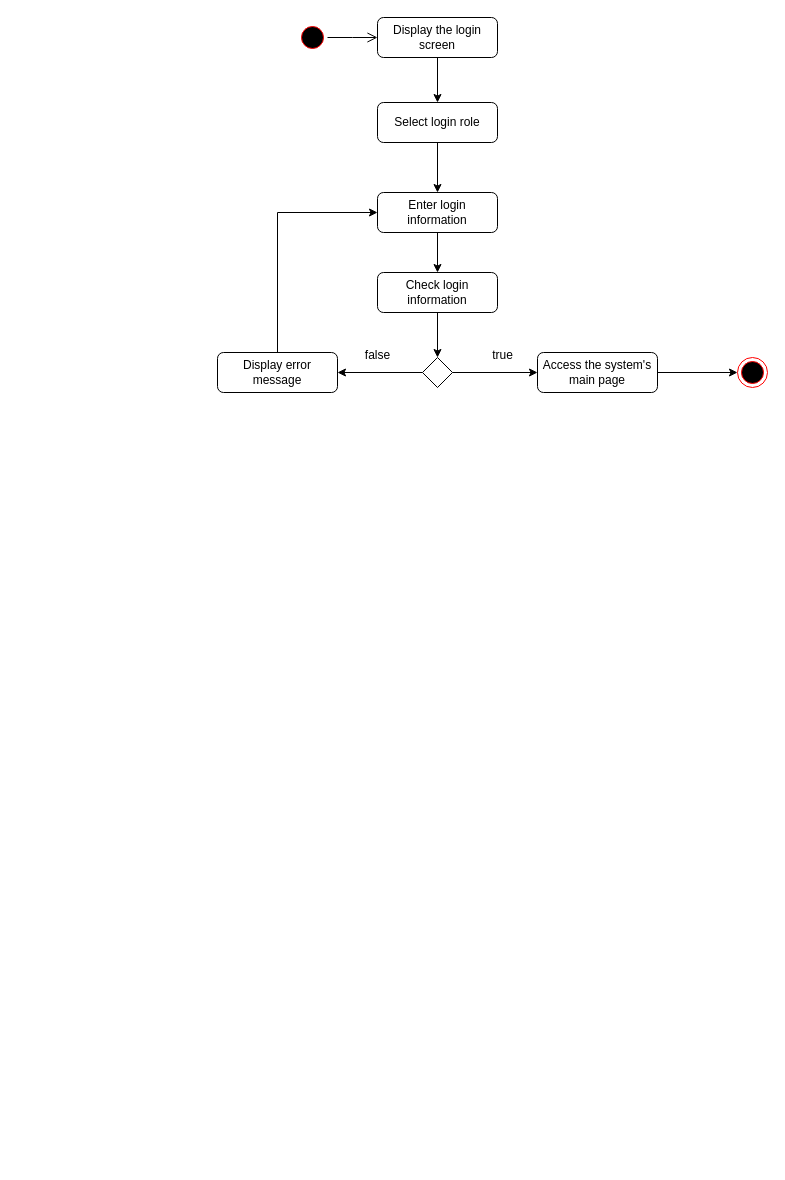
Above: page "Login" (1 of 3) of System Design diagram/ActivityDiagram.drawio in HungBuii/creative_ideas_project_1 (draw.io), before the change. Source tidied: cells renumbered, new cells numbered last; positions are measured from the earlier drawing's top-left corner, leaving out a move shared by most shapes. Both pictures are drawn from the tidied source at 100%, with x=0, y=0 at pixel (217, 17).
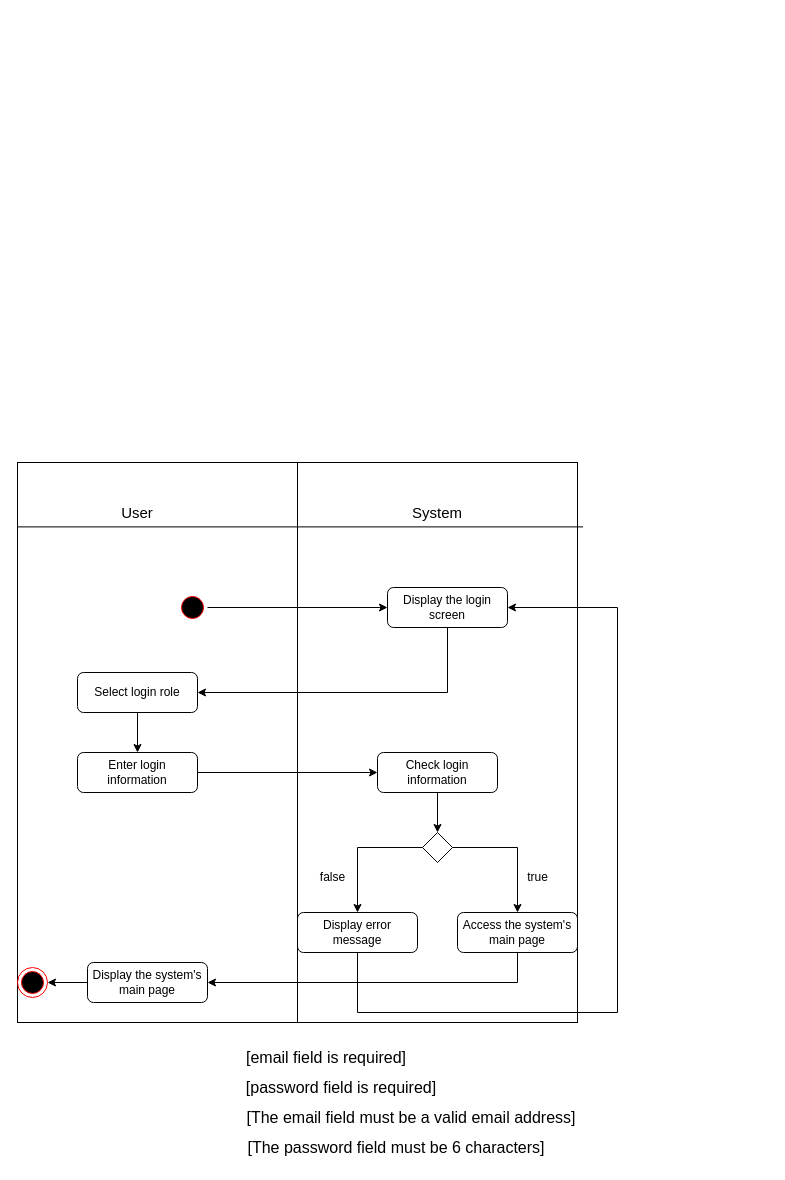
The same diagram, later.

The edit, as a diff of the source:
```diff
@@
+    <mxCell id="22" style="rounded=0;whiteSpace=wrap;html=1;" parent="1" vertex="1">
+      <mxGeometry x="-200" y="445" width="560" height="560" as="geometry" />
+    </mxCell>
     <mxCell id="2" style="ellipse;html=1;shape=startState;fillColor=#000000;strokeColor=#ff0000;" parent="1" vertex="1">
-      <mxGeometry x="80" y="5" width="30" height="30" as="geometry" />
+      <mxGeometry x="-40" y="575" width="30" height="30" as="geometry" />
     </mxCell>
-    <mxCell id="3" style="edgeStyle=orthogonalEdgeStyle;html=1;verticalAlign=bottom;endArrow=open;endSize=8;strokeColor=#000000;rounded=0;" parent="1" edge="1" source="2">
-      <mxGeometry relative="1" as="geometry">
-        <mxPoint x="160" y="20" as="targetPoint" />
-      </mxGeometry>
-    </mxCell>
     <mxCell id="4" value="Display the login screen" style="rounded=1;whiteSpace=wrap;html=1;" parent="1" vertex="1">
-      <mxGeometry x="160" width="120" height="40" as="geometry" />
+      <mxGeometry x="170" y="570" width="120" height="40" as="geometry" />
     </mxCell>
     <mxCell id="5" value="Select login role" style="rounded=1;whiteSpace=wrap;html=1;" parent="1" vertex="1">
-      <mxGeometry x="160" y="85" width="120" height="40" as="geometry" />
+      <mxGeometry x="-140" y="655" width="120" height="40" as="geometry" />
     </mxCell>
-    <mxCell id="6" style="endArrow=classic;html=1;rounded=0;exitX=0.5;exitY=1;exitDx=0;exitDy=0;entryX=0.5;entryY=0;entryDx=0;entryDy=0;" parent="1" edge="1" source="4" target="5">
-      <mxGeometry relative="1" as="geometry" />
+    <mxCell id="6" style="endArrow=classic;html=1;rounded=0;exitX=0.5;exitY=1;exitDx=0;exitDy=0;entryX=1;entryY=0.5;entryDx=0;entryDy=0;" parent="1" edge="1" source="4" target="5">
+      <mxGeometry relative="1" as="geometry">
+        <Array as="points">
+          <mxPoint x="230" y="675" />
+        </Array>
+      </mxGeometry>
     </mxCell>
     <mxCell id="7" value="Enter login information" style="rounded=1;whiteSpace=wrap;html=1;" parent="1" vertex="1">
-      <mxGeometry x="160" y="175" width="120" height="40" as="geometry" />
+      <mxGeometry x="-140" y="735" width="120" height="40" as="geometry" />
     </mxCell>
@@
     <mxCell id="9" style="rhombus;whiteSpace=wrap;html=1;" parent="1" vertex="1">
-      <mxGeometry x="205" y="340" width="30" height="30" as="geometry" />
+      <mxGeometry x="205" y="815" width="30" height="30" as="geometry" />
     </mxCell>
-    <mxCell id="10" style="endArrow=classic;html=1;rounded=0;exitX=0.5;exitY=1;exitDx=0;exitDy=0;entryX=0.5;entryY=0;entryDx=0;entryDy=0;" parent="1" edge="1" source="7" target="13">
+    <mxCell id="10" style="endArrow=classic;html=1;rounded=0;exitX=1;exitY=0.5;exitDx=0;exitDy=0;entryX=0;entryY=0.5;entryDx=0;entryDy=0;" parent="1" edge="1" source="7" target="13">
       <mxGeometry relative="1" as="geometry" />
     </mxCell>
     <mxCell id="11" value="Display error message" style="rounded=1;whiteSpace=wrap;html=1;" parent="1" vertex="1">
-      <mxGeometry y="335" width="120" height="40" as="geometry" />
+      <mxGeometry x="80" y="895" width="120" height="40" as="geometry" />
     </mxCell>
-    <mxCell id="12" style="endArrow=classic;html=1;rounded=0;exitX=0;exitY=0.5;exitDx=0;exitDy=0;entryX=1;entryY=0.5;entryDx=0;entryDy=0;" parent="1" edge="1" source="9" target="11">
-      <mxGeometry relative="1" as="geometry" />
-    </mxCell>
     <mxCell id="13" value="Check login information" style="rounded=1;whiteSpace=wrap;html=1;" parent="1" vertex="1">
-      <mxGeometry x="160" y="255" width="120" height="40" as="geometry" />
+      <mxGeometry x="160" y="735" width="120" height="40" as="geometry" />
     </mxCell>
-    <mxCell id="14" style="endArrow=classic;html=1;rounded=0;exitX=0.5;exitY=1;exitDx=0;exitDy=0;entryX=0.5;entryY=0;entryDx=0;entryDy=0;" parent="1" edge="1" source="13" target="9">
-      <mxGeometry relative="1" as="geometry" />
-    </mxCell>
     <mxCell id="15" value="false" style="text;html=1;align=center;verticalAlign=middle;strokeColor=none;fillColor=none;" parent="1" vertex="1">
-      <mxGeometry x="135" y="323" width="50" height="30" as="geometry" />
+      <mxGeometry x="90" y="845" width="50" height="30" as="geometry" />
     </mxCell>
-    <mxCell id="16" style="endArrow=classic;html=1;rounded=0;exitX=0.5;exitY=0;exitDx=0;exitDy=0;entryX=0;entryY=0.5;entryDx=0;entryDy=0;" parent="1" edge="1" source="11" target="7">
-      <mxGeometry relative="1" as="geometry">
-        <Array as="points">
-          <mxPoint x="60" y="195" />
-        </Array>
-      </mxGeometry>
-    </mxCell>
     <mxCell id="17" value="Access the system's main page" style="rounded=1;whiteSpace=wrap;html=1;" parent="1" vertex="1">
-      <mxGeometry x="320" y="335" width="120" height="40" as="geometry" />
+      <mxGeometry x="240" y="895" width="120" height="40" as="geometry" />
     </mxCell>
-    <mxCell id="18" style="endArrow=classic;html=1;rounded=0;exitX=1;exitY=0.5;exitDx=0;exitDy=0;entryX=0;entryY=0.5;entryDx=0;entryDy=0;" parent="1" edge="1" source="9" target="17">
-      <mxGeometry relative="1" as="geometry" />
-    </mxCell>
     <mxCell id="19" value="true" style="text;html=1;align=center;verticalAlign=middle;strokeColor=none;fillColor=none;" parent="1" vertex="1">
-      <mxGeometry x="265" y="323" width="40" height="30" as="geometry" />
+      <mxGeometry x="300" y="845" width="40" height="30" as="geometry" />
     </mxCell>
     <mxCell id="20" style="ellipse;html=1;shape=endState;fillColor=#000000;strokeColor=#ff0000;" parent="1" vertex="1">
-      <mxGeometry x="520" y="340" width="30" height="30" as="geometry" />
+      <mxGeometry x="-200" y="950" width="30" height="30" as="geometry" />
     </mxCell>
-    <mxCell id="21" style="endArrow=classic;html=1;rounded=0;exitX=1;exitY=0.5;exitDx=0;exitDy=0;entryX=0;entryY=0.5;entryDx=0;entryDy=0;" parent="1" edge="1" source="17" target="20">
-      <mxGeometry relative="1" as="geometry" />
-    </mxCell>
+    <mxCell id="23" value="&lt;font style=&quot;font-size: 16px;&quot;&gt;[password field is required]&lt;/font&gt;" style="text;html=1;align=center;verticalAlign=middle;whiteSpace=wrap;rounded=0;" parent="1" vertex="1">
+      <mxGeometry x="24" y="1055" width="200" height="30" as="geometry" />
+    </mxCell>
+    <mxCell id="24" value="&lt;font style=&quot;font-size: 16px;&quot;&gt;[email field is required]&lt;/font&gt;" style="text;html=1;align=center;verticalAlign=middle;whiteSpace=wrap;rounded=0;" parent="1" vertex="1">
+      <mxGeometry x="14" y="1025" width="190" height="30" as="geometry" />
+    </mxCell>
+    <mxCell id="25" value="&lt;font style=&quot;font-size: 16px;&quot;&gt;[The email field must be a valid email address]&lt;/font&gt;" style="text;html=1;align=center;verticalAlign=middle;whiteSpace=wrap;rounded=0;" parent="1" vertex="1">
+      <mxGeometry x="14" y="1085" width="360" height="30" as="geometry" />
+    </mxCell>
+    <mxCell id="26" value="&lt;font style=&quot;font-size: 16px;&quot;&gt;[The password field must be 6 characters]&lt;/font&gt;" style="text;html=1;align=center;verticalAlign=middle;whiteSpace=wrap;rounded=0;" parent="1" vertex="1">
+      <mxGeometry x="-11" y="1115" width="380" height="30" as="geometry" />
+    </mxCell>
+    <mxCell id="27" style="endArrow=none;html=1;rounded=0;exitX=0.5;exitY=0;exitDx=0;exitDy=0;entryX=0.5;entryY=1;entryDx=0;entryDy=0;" parent="1" edge="1" source="22" target="22">
+      <mxGeometry relative="1" as="geometry" />
+    </mxCell>
+    <mxCell id="28" style="endArrow=none;html=1;rounded=0;exitX=0.001;exitY=0.115;exitDx=0;exitDy=0;exitPerimeter=0;entryX=1.01;entryY=0.115;entryDx=0;entryDy=0;entryPerimeter=0;" parent="1" edge="1" source="22" target="22">
+      <mxGeometry relative="1" as="geometry" />
+    </mxCell>
+    <mxCell id="29" value="&lt;font style=&quot;font-size: 15px;&quot;&gt;User&lt;/font&gt;" style="text;html=1;align=center;verticalAlign=middle;whiteSpace=wrap;rounded=0;" parent="1" vertex="1">
+      <mxGeometry x="-110" y="480" width="60" height="30" as="geometry" />
+    </mxCell>
+    <mxCell id="30" value="&lt;span style=&quot;font-size: 15px;&quot;&gt;System&lt;/span&gt;" style="text;html=1;align=center;verticalAlign=middle;whiteSpace=wrap;rounded=0;" parent="1" vertex="1">
+      <mxGeometry x="190" y="480" width="60" height="30" as="geometry" />
+    </mxCell>
+    <mxCell id="31" style="endArrow=classic;html=1;rounded=0;exitX=1;exitY=0.5;exitDx=0;exitDy=0;entryX=0;entryY=0.5;entryDx=0;entryDy=0;" parent="1" edge="1" source="2" target="4">
+      <mxGeometry relative="1" as="geometry" />
+    </mxCell>
+    <mxCell id="14" style="endArrow=classic;html=1;rounded=0;exitX=0.5;exitY=1;exitDx=0;exitDy=0;entryX=0.5;entryY=0;entryDx=0;entryDy=0;" parent="1" edge="1" source="13" target="9">
+      <mxGeometry relative="1" as="geometry" />
+    </mxCell>
+    <mxCell id="12" style="endArrow=classic;html=1;rounded=0;exitX=0;exitY=0.5;exitDx=0;exitDy=0;entryX=0.5;entryY=0;entryDx=0;entryDy=0;" parent="1" edge="1" source="9" target="11">
+      <mxGeometry relative="1" as="geometry">
+        <Array as="points">
+          <mxPoint x="140" y="830" />
+        </Array>
+      </mxGeometry>
+    </mxCell>
+    <mxCell id="18" style="endArrow=classic;html=1;rounded=0;exitX=1;exitY=0.5;exitDx=0;exitDy=0;entryX=0.5;entryY=0;entryDx=0;entryDy=0;" parent="1" edge="1" source="9" target="17">
+      <mxGeometry relative="1" as="geometry">
+        <Array as="points">
+          <mxPoint x="300" y="830" />
+        </Array>
+      </mxGeometry>
+    </mxCell>
+    <mxCell id="32" style="endArrow=classic;html=1;rounded=0;exitX=0.5;exitY=1;exitDx=0;exitDy=0;entryX=1;entryY=0.5;entryDx=0;entryDy=0;" parent="1" edge="1" source="11" target="4">
+      <mxGeometry relative="1" as="geometry">
+        <Array as="points">
+          <mxPoint x="140" y="995" />
+          <mxPoint x="400" y="995" />
+          <mxPoint x="400" y="590" />
+        </Array>
+      </mxGeometry>
+    </mxCell>
+    <mxCell id="33" value="Display the system's main page" style="rounded=1;whiteSpace=wrap;html=1;" parent="1" vertex="1">
+      <mxGeometry x="-130" y="945" width="120" height="40" as="geometry" />
+    </mxCell>
+    <mxCell id="34" style="endArrow=classic;html=1;rounded=0;exitX=0.5;exitY=1;exitDx=0;exitDy=0;entryX=1;entryY=0.5;entryDx=0;entryDy=0;" parent="1" edge="1" source="17" target="33">
+      <mxGeometry relative="1" as="geometry">
+        <Array as="points">
+          <mxPoint x="300" y="965" />
+        </Array>
+      </mxGeometry>
+    </mxCell>
+    <mxCell id="35" style="endArrow=classic;html=1;rounded=0;exitX=0;exitY=0.5;exitDx=0;exitDy=0;entryX=1;entryY=0.5;entryDx=0;entryDy=0;" parent="1" edge="1" source="33" target="20">
+      <mxGeometry relative="1" as="geometry" />
+    </mxCell>
```
